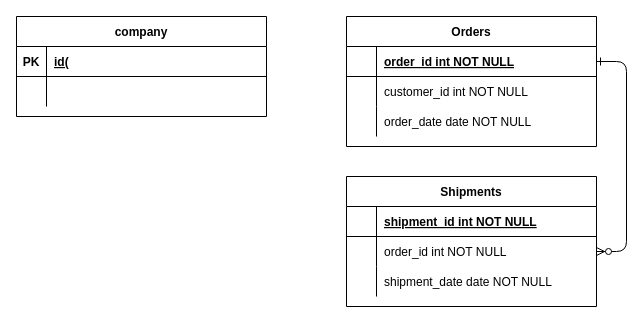
dezywandrio04/hrdapp keeps this draw.io diagram as Untitled Diagram.drawio. Above is the earlier version. Source tidied: cells renumbered, new cells numbered last; positions are measured from the earlier drawing's top-left corner, leaving out a move shared by most shapes. Both pictures are drawn from the tidied source at 100%, with x=0, y=0 at pixel (16, 16).
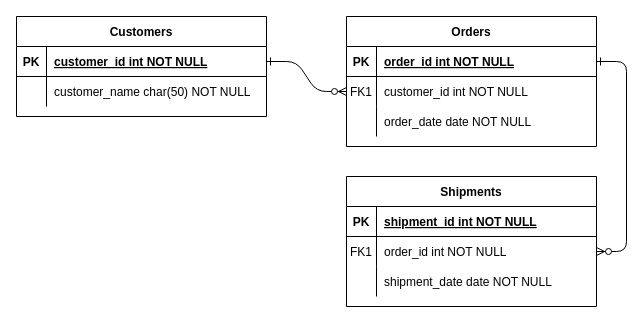
After the change.

Unchanged cells that the change refers to:
```xml
<mxCell id="4" style="shape=partialRectangle;fillColor=none;points=[[0,0.5],[1,0.5]];portConstraint=eastwest;top=0;left=0;right=0;bottom=1;" parent="3" vertex="1">
  <mxGeometry y="30" width="250" height="30" as="geometry" />
</mxCell>
<mxCell id="7" style="shape=partialRectangle;fillColor=none;points=[[0,0.5],[1,0.5]];portConstraint=eastwest;top=0;left=0;right=0;bottom=0;" parent="3" vertex="1">
  <mxGeometry y="60" width="250" height="30" as="geometry" />
</mxCell>
<mxCell id="14" style="shape=partialRectangle;fillColor=none;top=0;left=0;right=0;bottom=1;" parent="13" vertex="1">
  <mxGeometry y="30" width="250" height="30" as="geometry" />
</mxCell>
<mxCell id="17" style="shape=partialRectangle;fillColor=none;points=[[0,0.5],[1,0.5]];portConstraint=eastwest;top=0;left=0;right=0;bottom=0;" parent="13" vertex="1">
  <mxGeometry y="60" width="250" height="30" as="geometry" />
</mxCell>
<mxCell id="24" style="shape=partialRectangle;fillColor=none;points=[[0,0.5],[1,0.5]];portConstraint=eastwest;top=0;left=0;right=0;bottom=1;" parent="23" vertex="1">
  <mxGeometry y="30" width="250" height="30" as="geometry" />
</mxCell>
<mxCell id="27" style="shape=partialRectangle;fillColor=none;top=0;left=0;right=0;bottom=0;" parent="23" vertex="1">
  <mxGeometry y="60" width="250" height="30" as="geometry" />
</mxCell>
```

Change to the diagram source:
```diff
@@
+    <mxCell id="30" style="edgeStyle=entityRelationEdgeStyle;endArrow=ERzeroToMany;startArrow=ERone;endFill=1;startFill=0;" parent="1" edge="1" source="24" target="7">
+      <mxGeometry relative="1" as="geometry" />
+    </mxCell>
@@
-    <mxCell id="5" style="shape=partialRectangle;overflow=hidden;fillColor=none;top=0;left=0;bottom=0;right=0;fontStyle=1;" parent="4" vertex="1">
+    <mxCell id="5" value="PK" style="shape=partialRectangle;overflow=hidden;fillColor=none;top=0;left=0;bottom=0;right=0;fontStyle=1;" parent="4" vertex="1">
       <mxGeometry width="30" height="30" as="geometry" />
     </mxCell>
@@
-    <mxCell id="8" style="shape=partialRectangle;overflow=hidden;fillColor=none;top=0;left=0;bottom=0;right=0;" parent="7" vertex="1">
+    <mxCell id="8" value="FK1" style="shape=partialRectangle;overflow=hidden;fillColor=none;top=0;left=0;bottom=0;right=0;" parent="7" vertex="1">
       <mxGeometry width="30" height="30" as="geometry" />
     </mxCell>
@@
-    <mxCell id="15" style="shape=partialRectangle;overflow=hidden;fillColor=none;top=0;left=0;bottom=0;right=0;fontStyle=1;" parent="14" vertex="1">
+    <mxCell id="15" value="PK" style="shape=partialRectangle;overflow=hidden;fillColor=none;top=0;left=0;bottom=0;right=0;fontStyle=1;" parent="14" vertex="1">
       <mxGeometry width="30" height="30" as="geometry" />
     </mxCell>
@@
-    <mxCell id="18" style="shape=partialRectangle;overflow=hidden;fillColor=none;top=0;left=0;bottom=0;right=0;" parent="17" vertex="1">
+    <mxCell id="18" value="FK1" style="shape=partialRectangle;overflow=hidden;fillColor=none;top=0;left=0;bottom=0;right=0;" parent="17" vertex="1">
       <mxGeometry width="30" height="30" as="geometry" />
     </mxCell>
@@
-    <mxCell id="23" value="company" style="shape=table;startSize=30;childLayout=tableLayout;rowLines=0;fontStyle=1;align=center;" parent="1" vertex="1">
+    <mxCell id="23" value="Customers" style="shape=table;startSize=30;childLayout=tableLayout;rowLines=0;fontStyle=1;align=center;" parent="1" vertex="1">
       <mxGeometry width="250" height="100" as="geometry" />
     </mxCell>
@@
-    <mxCell id="26" value="id(" style="shape=partialRectangle;overflow=hidden;fillColor=none;top=0;left=0;bottom=0;right=0;align=left;spacingLeft=6;fontStyle=5;" parent="24" vertex="1">
+    <mxCell id="26" value="customer_id int NOT NULL " style="shape=partialRectangle;overflow=hidden;fillColor=none;top=0;left=0;bottom=0;right=0;align=left;spacingLeft=6;fontStyle=5;" parent="24" vertex="1">
       <mxGeometry x="30" width="220" height="30" as="geometry" />
     </mxCell>
@@
-    <mxCell id="29" style="shape=partialRectangle;overflow=hidden;fillColor=none;top=0;left=0;bottom=0;right=0;align=left;spacingLeft=6;" parent="27" vertex="1">
+    <mxCell id="29" value="customer_name char(50) NOT NULL" style="shape=partialRectangle;overflow=hidden;fillColor=none;top=0;left=0;bottom=0;right=0;align=left;spacingLeft=6;" parent="27" vertex="1">
       <mxGeometry x="30" width="220" height="30" as="geometry" />
     </mxCell>
```
